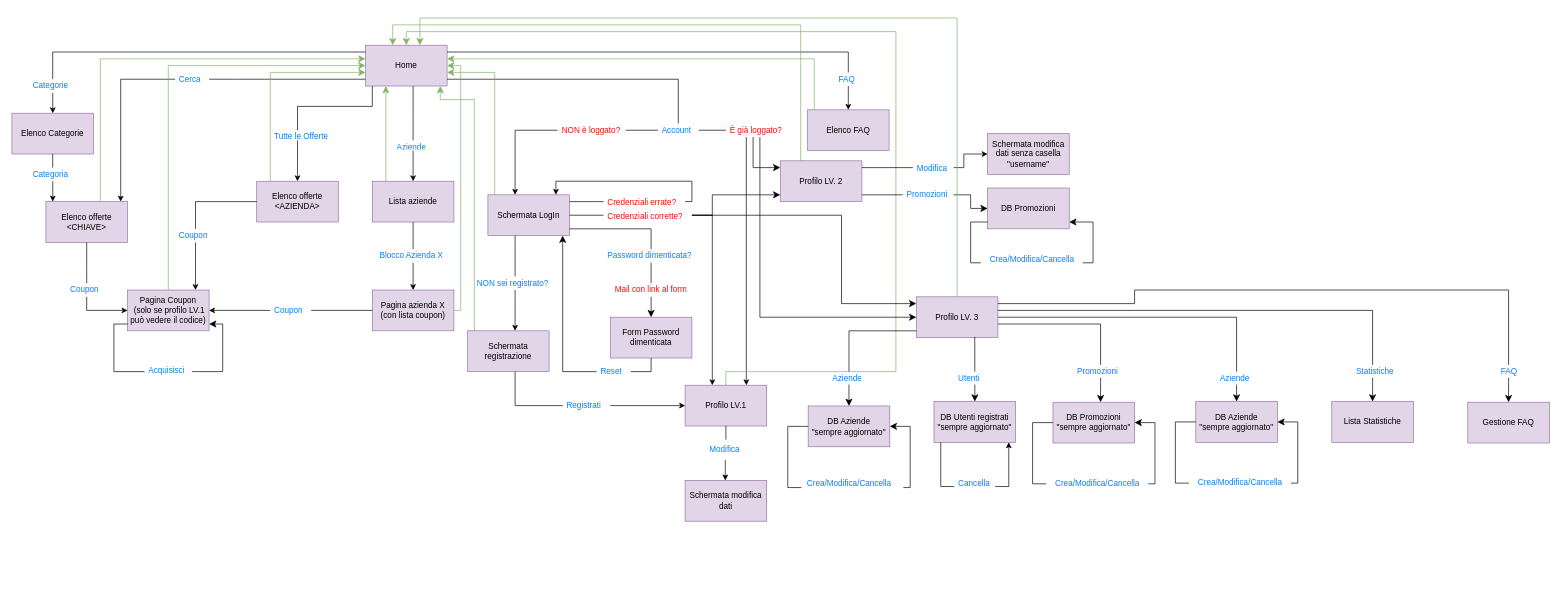
Before: SchemaLinkTecWeb.drawio in lorenzozulli/progetto-tecnologie-web, a draw.io diagram. Source tidied: cells renumbered, new cells numbered last; positions are measured from the earlier drawing's top-left corner, leaving out a move shared by most shapes. Both pictures are drawn from the tidied source at 68%, with x=0, y=0 at pixel (12, 18).
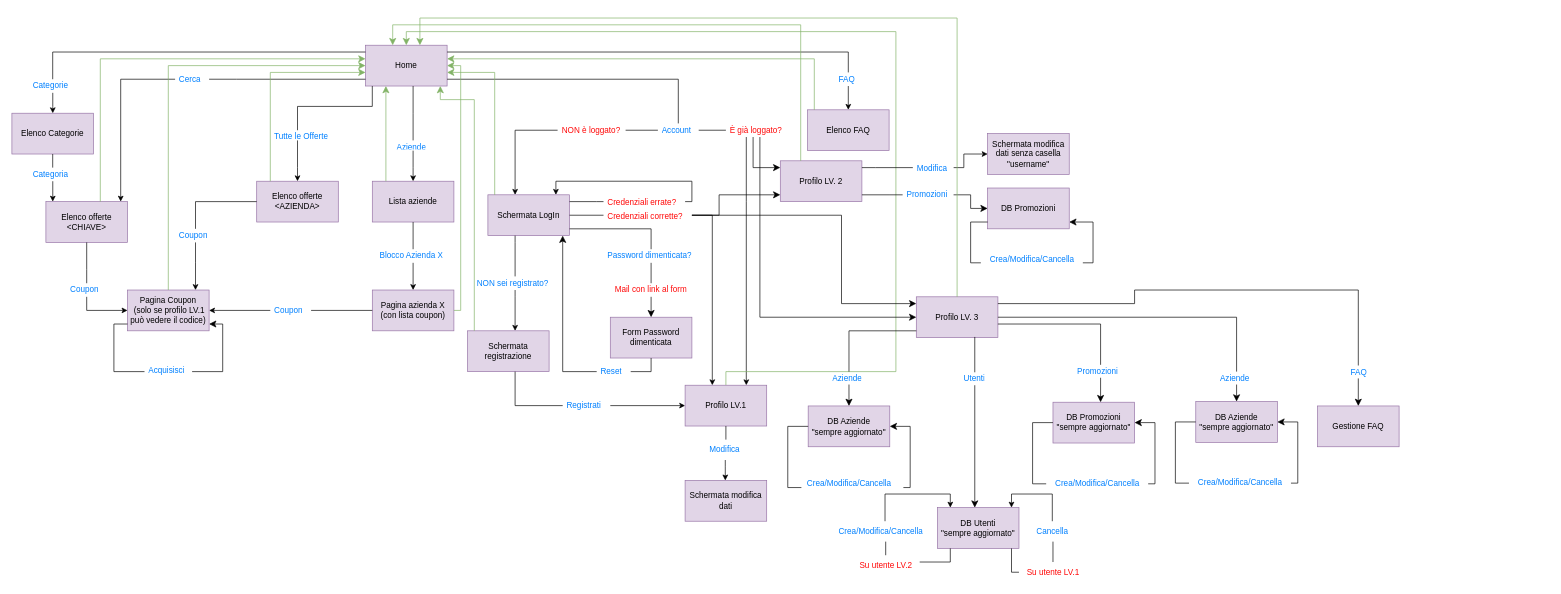
Above is the later version.

Commit message:
modificato schema dei link

The change refers to these unchanged cells:
```xml
<mxCell id="46" value="Credenziali corrette?" style="text;strokeColor=none;fillColor=none;align=left;verticalAlign=middle;spacingLeft=4;spacingRight=4;overflow=hidden;points=[[0,0.5],[1,0.5]];portConstraint=eastwest;whiteSpace=wrap;html=1;fontColor=#FF0808;" parent="1" vertex="1">
  <mxGeometry x="870" y="282.5" width="130" height="15" as="geometry" />
</mxCell>
<mxCell id="83" value="&lt;div&gt;Profilo LV. 3&lt;br&gt;&lt;/div&gt;" style="rounded=0;whiteSpace=wrap;html=1;fillColor=#e1d5e7;strokeColor=#9673a6;" parent="1" vertex="1">
  <mxGeometry x="1330" y="410" width="120" height="60" as="geometry" />
</mxCell>
<mxCell id="116" value="&lt;div&gt;Profilo LV. 2&lt;/div&gt;" style="rounded=0;whiteSpace=wrap;html=1;fillColor=#e1d5e7;strokeColor=#9673a6;" parent="1" vertex="1">
  <mxGeometry x="1130" y="210" width="120" height="60" as="geometry" />
</mxCell>
```

The edit, as a diff of the source:
```diff
@@
-    <mxCell id="84" value="&lt;div&gt;DB Utenti registrati&lt;/div&gt;&lt;div&gt;&quot;sempre aggiornato&quot;&lt;br&gt;&lt;/div&gt;" style="rounded=0;whiteSpace=wrap;html=1;fillColor=#e1d5e7;strokeColor=#9673a6;" parent="1" vertex="1">
-      <mxGeometry x="1356" y="564" width="120" height="60" as="geometry" />
+    <mxCell id="84" value="&lt;div&gt;DB Utenti&lt;/div&gt;&lt;div&gt;&quot;sempre aggiornato&quot;&lt;br&gt;&lt;/div&gt;" style="rounded=0;whiteSpace=wrap;html=1;fillColor=#e1d5e7;strokeColor=#9673a6;" parent="1" vertex="1">
+      <mxGeometry x="1361" y="720" width="120" height="60" as="geometry" />
     </mxCell>
-    <mxCell id="85" value="&lt;div&gt;Lista Statistiche&lt;/div&gt;" style="rounded=0;whiteSpace=wrap;html=1;fillColor=#e1d5e7;strokeColor=#9673a6;" parent="1" vertex="1">
-      <mxGeometry x="1941" y="564" width="120" height="60" as="geometry" />
-    </mxCell>
@@
     <mxCell id="88" style="endArrow=classic;html=1;rounded=0;edgeStyle=orthogonalEdgeStyle;" parent="1" edge="1" source="90" target="84">
       <mxGeometry relative="1" as="geometry">
         <Array as="points">
-          <mxPoint x="1466" y="689" />
+          <mxPoint x="1530" y="700" />
+          <mxPoint x="1470" y="700" />
         </Array>
       </mxGeometry>
     </mxCell>
-    <mxCell id="89" style="endArrow=none;html=1;rounded=0;edgeStyle=orthogonalEdgeStyle;" parent="1" edge="1" source="84" target="90">
-      <mxGeometry relative="1" as="geometry">
-        <Array as="points">
-          <mxPoint x="1366" y="689" />
-        </Array>
-      </mxGeometry>
-    </mxCell>
     <mxCell id="90" value="Cancella" style="text;strokeColor=none;fillColor=none;align=left;verticalAlign=middle;spacingLeft=4;spacingRight=4;overflow=hidden;points=[[0,0.5],[1,0.5]];portConstraint=eastwest;whiteSpace=wrap;html=1;fontColor=#0080FF;" parent="1" vertex="1">
-      <mxGeometry x="1386" y="669" width="60" height="30" as="geometry" />
+      <mxGeometry x="1501" y="740" width="60" height="30" as="geometry" />
     </mxCell>
@@
-    <mxCell id="96" style="edgeStyle=segmentEdgeStyle;endArrow=none;html=1;curved=0;rounded=0;endSize=8;startSize=8;sourcePerimeterSpacing=0;targetPerimeterSpacing=0;" parent="1" edge="1" source="83" target="135">
-      <mxGeometry relative="1" as="geometry">
-        <Array as="points">
-          <mxPoint x="2001" y="430" />
-        </Array>
-      </mxGeometry>
-    </mxCell>
-    <mxCell id="97" style="edgeStyle=segmentEdgeStyle;endArrow=classic;html=1;curved=0;rounded=0;endSize=8;startSize=8;sourcePerimeterSpacing=0;targetPerimeterSpacing=0;" parent="1" edge="1" source="135" target="85">
-      <mxGeometry relative="1" as="geometry">
-        <Array as="points">
-          <mxPoint x="2001" y="540" />
-          <mxPoint x="2001" y="540" />
-        </Array>
-      </mxGeometry>
-    </mxCell>
@@
     <mxCell id="112" style="edgeStyle=segmentEdgeStyle;endArrow=none;html=1;curved=0;rounded=0;endSize=8;startSize=8;sourcePerimeterSpacing=0;targetPerimeterSpacing=0;" parent="1" edge="1" source="83" target="136">
       <mxGeometry relative="1" as="geometry">
         <Array as="points">
           <mxPoint x="1651" y="420" />
           <mxPoint x="1651" y="400" />
-          <mxPoint x="2201" y="400" />
+          <mxPoint x="1980" y="400" />
         </Array>
       </mxGeometry>
     </mxCell>
     <mxCell id="113" value="Gestione FAQ" style="rounded=0;whiteSpace=wrap;html=1;fillColor=#e1d5e7;strokeColor=#9673a6;" parent="1" vertex="1">
-      <mxGeometry x="2141" y="565" width="120" height="60" as="geometry" />
+      <mxGeometry x="1920" y="570.5" width="120" height="60" as="geometry" />
     </mxCell>
@@
     <mxCell id="133" value="Utenti" style="text;strokeColor=none;fillColor=none;align=left;verticalAlign=middle;spacingLeft=4;spacingRight=4;overflow=hidden;points=[[0,0.5],[1,0.5]];portConstraint=eastwest;whiteSpace=wrap;html=1;fontColor=#0080FF;" parent="1" vertex="1">
-      <mxGeometry x="1386.1" y="520" width="60" height="19" as="geometry" />
+      <mxGeometry x="1394" y="521" width="44" height="19" as="geometry" />
     </mxCell>
@@
-    <mxCell id="135" value="&lt;div&gt;Statistiche&lt;/div&gt;" style="text;strokeColor=none;fillColor=none;align=left;verticalAlign=middle;spacingLeft=4;spacingRight=4;overflow=hidden;points=[[0,0.5],[1,0.5]];portConstraint=eastwest;whiteSpace=wrap;html=1;fontColor=#0080FF;" parent="1" vertex="1">
-      <mxGeometry x="1971" y="510" width="70" height="19" as="geometry" />
-    </mxCell>
     <mxCell id="136" value="FAQ" style="text;strokeColor=none;fillColor=none;align=left;verticalAlign=middle;spacingLeft=4;spacingRight=4;overflow=hidden;points=[[0,0.5],[1,0.5]];portConstraint=eastwest;whiteSpace=wrap;html=1;fontColor=#0080FF;" parent="1" vertex="1">
-      <mxGeometry x="2183.5" y="510" width="35" height="19" as="geometry" />
+      <mxGeometry x="1962.5" y="511" width="35" height="19" as="geometry" />
     </mxCell>
     <mxCell id="137" style="edgeStyle=segmentEdgeStyle;endArrow=classic;html=1;curved=0;rounded=0;endSize=8;startSize=8;sourcePerimeterSpacing=0;targetPerimeterSpacing=0;" parent="1" edge="1" source="46" target="116">
       <mxGeometry relative="1" as="geometry">
         <Array as="points">
-          <mxPoint x="1030" y="290" />
-          <mxPoint x="1030" y="260" />
+          <mxPoint x="1040" y="290" />
+          <mxPoint x="1040" y="260" />
         </Array>
       </mxGeometry>
     </mxCell>
@@
+    <mxCell id="143" style="endArrow=none;html=1;rounded=0;edgeStyle=orthogonalEdgeStyle;" parent="1" edge="1" source="84" target="144">
+      <mxGeometry relative="1" as="geometry">
+        <Array as="points">
+          <mxPoint x="1470" y="815" />
+        </Array>
+      </mxGeometry>
+    </mxCell>
+    <mxCell id="144" value="&lt;div&gt;&lt;font color=&quot;#ff0808&quot;&gt;Su utente LV.1&lt;/font&gt;&lt;/div&gt;" style="text;html=1;align=center;verticalAlign=middle;points=[];strokeColor=none;fillColor=none;" parent="1" vertex="1">
+      <mxGeometry x="1481" y="800" width="100" height="30" as="geometry" />
+    </mxCell>
+    <mxCell id="145" style="endArrow=none;html=1;rounded=0;" parent="1" edge="1" source="144" target="90">
+      <mxGeometry relative="1" as="geometry" />
+    </mxCell>
+    <mxCell id="146" style="endArrow=classic;html=1;rounded=0;edgeStyle=orthogonalEdgeStyle;" parent="1" edge="1" source="147" target="84">
+      <mxGeometry relative="1" as="geometry">
+        <Array as="points">
+          <mxPoint x="1284" y="700" />
+          <mxPoint x="1380" y="700" />
+        </Array>
+      </mxGeometry>
+    </mxCell>
+    <mxCell id="147" value="Crea/Modifica/Cancella" style="text;strokeColor=none;fillColor=none;align=left;verticalAlign=middle;spacingLeft=4;spacingRight=4;overflow=hidden;points=[[0,0.5],[1,0.5]];portConstraint=eastwest;whiteSpace=wrap;html=1;fontColor=#0080FF;" parent="1" vertex="1">
+      <mxGeometry x="1210" y="740" width="150" height="30" as="geometry" />
+    </mxCell>
+    <mxCell id="148" style="endArrow=none;html=1;rounded=0;edgeStyle=orthogonalEdgeStyle;" parent="1" edge="1" source="84" target="149">
+      <mxGeometry relative="1" as="geometry">
+        <Array as="points">
+          <mxPoint x="1380" y="800" />
+        </Array>
+      </mxGeometry>
+    </mxCell>
+    <mxCell id="149" value="&lt;div&gt;&lt;font color=&quot;#ff0808&quot;&gt;Su utente LV.2&lt;/font&gt;&lt;/div&gt;" style="text;html=1;align=center;verticalAlign=middle;points=[];strokeColor=none;fillColor=none;" parent="1" vertex="1">
+      <mxGeometry x="1235" y="790" width="100" height="30" as="geometry" />
+    </mxCell>
+    <mxCell id="150" style="endArrow=none;html=1;rounded=0;" parent="1" edge="1" source="149" target="147">
+      <mxGeometry relative="1" as="geometry" />
+    </mxCell>
```
